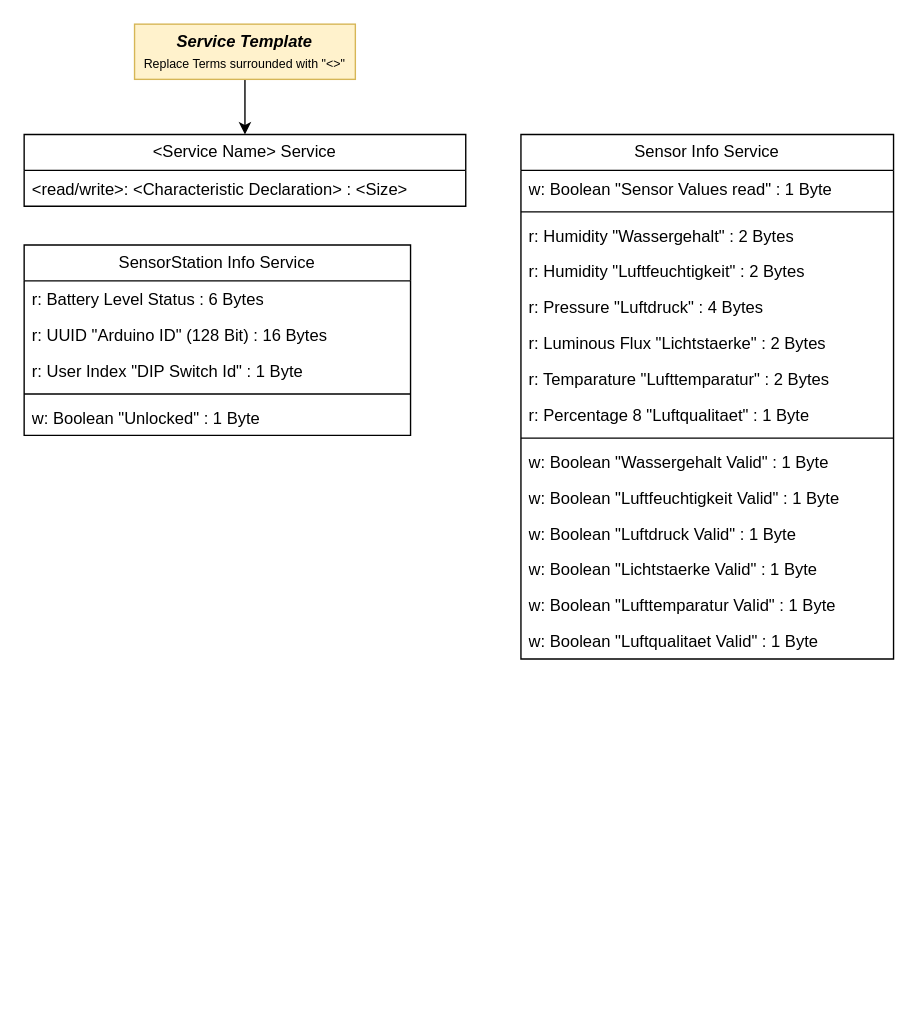
The draw.io diagram Diagrams/SensorStation/BLE-Services.drawio in FabioPlunser/SWE, before the edit. Source tidied: cells renumbered, new cells numbered last; positions are measured from the earlier drawing's top-left corner, leaving out a move shared by most shapes. Both pictures are drawn from the tidied source at 138%, with x=0, y=0 at pixel (23, 23).
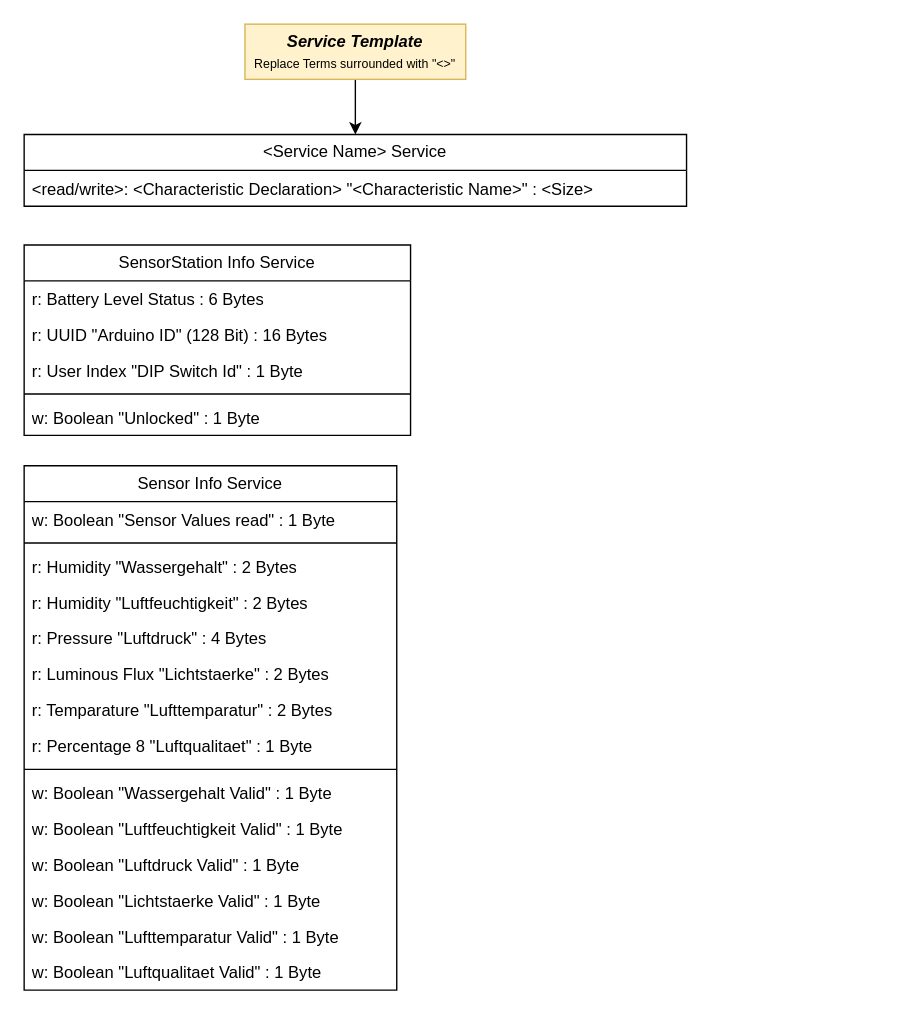
Above is the later version.

Commit message (it also covers changes not shown here):
Minor changes to "SensorStation BLE-Services"

What changed in the source:
```diff
@@
     <mxCell id="8" value="Sensor Info Service" style="swimlane;fontStyle=0;horizontal=1;startSize=26;fillColor=none;whiteSpace=wrap;html=1;" parent="1" vertex="1">
-      <mxGeometry x="360" y="80" width="270" height="380" as="geometry" />
+      <mxGeometry y="320" width="270" height="380" as="geometry" />
     </mxCell>
@@
     <mxCell id="24" value="&amp;lt;Service Name&amp;gt; Service" style="swimlane;fontStyle=0;horizontal=1;startSize=26;fillColor=none;whiteSpace=wrap;html=1;" parent="1" vertex="1">
-      <mxGeometry y="80" width="320" height="52" as="geometry" />
+      <mxGeometry y="80" width="480" height="52" as="geometry" />
     </mxCell>
-    <mxCell id="25" value="&amp;lt;read/write&amp;gt;: &amp;lt;Characteristic Declaration&amp;gt; : &amp;lt;Size&amp;gt;" style="text;strokeColor=none;fillColor=none;align=left;verticalAlign=top;spacingLeft=4;spacingRight=4;overflow=hidden;whiteSpace=wrap;html=1;" parent="24" vertex="1">
-      <mxGeometry y="26" width="320" height="26" as="geometry" />
+    <mxCell id="25" value="&amp;lt;read/write&amp;gt;: &amp;lt;Characteristic Declaration&amp;gt; &quot;&amp;lt;Characteristic Name&amp;gt;&quot; : &amp;lt;Size&amp;gt;" style="text;strokeColor=none;fillColor=none;align=left;verticalAlign=top;spacingLeft=4;spacingRight=4;overflow=hidden;whiteSpace=wrap;html=1;" parent="24" vertex="1">
+      <mxGeometry y="26" width="480" height="26" as="geometry" />
     </mxCell>
@@
     <mxCell id="27" value="&lt;b&gt;&lt;i&gt;Service Template&lt;/i&gt;&lt;/b&gt;&lt;br&gt;&lt;font style=&quot;font-size: 9px;&quot;&gt;Replace Terms surrounded with &quot;&amp;lt;&amp;gt;&quot;&lt;/font&gt;" style="text;html=1;strokeColor=#d6b656;fillColor=#fff2cc;align=center;verticalAlign=middle;whiteSpace=wrap;rounded=0;" parent="1" vertex="1">
-      <mxGeometry x="80" width="160" height="40" as="geometry" />
+      <mxGeometry x="160" width="160" height="40" as="geometry" />
     </mxCell>
```
